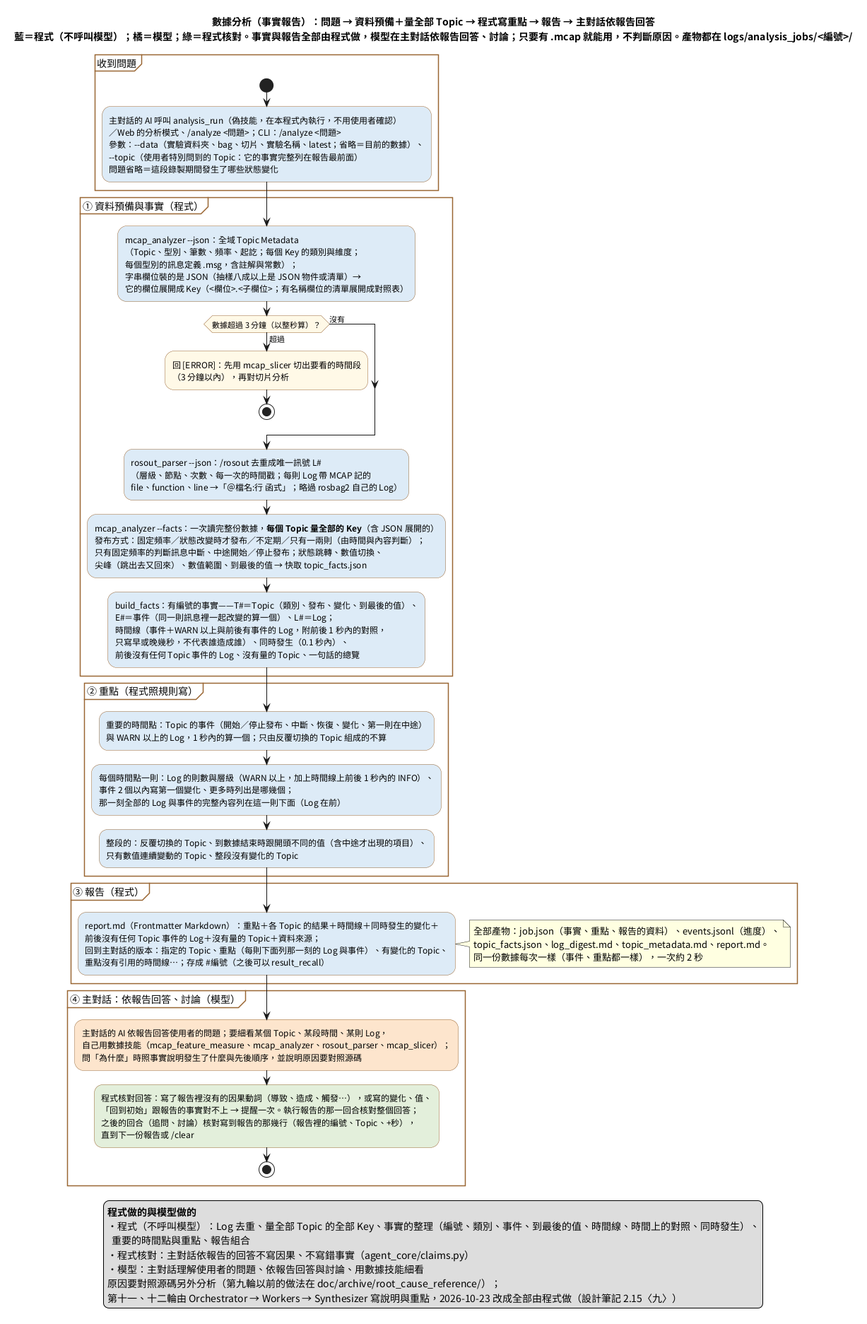
Earlier version of the PlantUML export doc/images/數據診斷的流程.png (DavidZox/Coding_agnet). The source it was exported from:
```plantuml
@startuml
skinparam shadowing false
skinparam defaultFontName "Noto Sans CJK TC"
skinparam ActivityBackgroundColor #FFF8E7
skinparam ActivityBorderColor #996633
skinparam NoteBackgroundColor #FFFFE0
skinparam PartitionBorderColor #996633

title 數據分析（事實報告）：問題 → 資料預備＋量全部 Topic → 程式寫重點 → 報告 → 主對話依報告回答\n藍＝程式（不呼叫模型）；橘＝模型；綠＝程式核對。事實與報告全部由程式做，模型在主對話依報告回答、討論；只要有 .mcap 就能用，不判斷原因。產物都在 logs/analysis_jobs/<編號>/

partition "收到問題" {
start
:主對話的 AI 呼叫 analysis_run（偽技能，在本程式內執行，不用使用者確認）
／Web 的分析模式、/analyze <問題>；CLI：/analyze <問題>
參數：~--data（實驗資料夾、bag、切片、實驗名稱、latest；省略＝目前的數據）、
~--topic（使用者特別問到的 Topic：它的事實完整列在報告最前面）
問題省略＝這段錄製期間發生了哪些狀態變化; <<#DDEBF7>>
}

partition "① 資料預備與事實（程式）" {
:mcap_analyzer ~--json：全域 Topic Metadata
（Topic、型別、筆數、頻率、起訖；每個 Key 的類別與維度；
每個型別的訊息定義 .msg，含註解與常數）；
字串欄位裝的是 JSON（抽樣八成以上是 JSON 物件或清單）→
它的欄位展開成 Key（<欄位>.<子欄位>；有名稱欄位的清單展開成對照表）; <<#DDEBF7>>
if (數據超過 3 分鐘（以整秒算）？) then (超過)
  :回 [ERROR]：先用 mcap_slicer 切出要看的時間段
  （3 分鐘以內），再對切片分析;
  stop
else (沒有)
endif
:rosout_parser ~--json：/rosout 去重成唯一訊號 L#
（層級、節點、次數、每一次的時間戳；每則 Log 帶 MCAP 記的
file、function、line →「＠檔名:行 函式」；略過 rosbag2 自己的 Log）; <<#DDEBF7>>
:mcap_analyzer ~--facts：一次讀完整份數據，**每個 Topic 量全部的 Key**（含 JSON 展開的）
發布方式：固定頻率／狀態改變時才發布／不定期／只有一兩則（由時間與內容判斷）；
只有固定頻率的判斷訊息中斷、中途開始／停止發布；狀態跳轉、數值切換、
尖峰（跳出去又回來）、數值範圍、到最後的值 → 快取 topic_facts.json; <<#DDEBF7>>
:build_facts：有編號的事實——T#＝Topic（類別、發布、變化、到最後的值）、
E#＝事件（同一則訊息裡一起改變的算一個）、L#＝Log；
時間線（事件＋WARN 以上與前後有事件的 Log，附前後 1 秒內的對照，
只寫早或晚幾秒，不代表誰造成誰）、同時發生（0.1 秒內）、
前後沒有任何 Topic 事件的 Log、沒有量的 Topic、一句話的總覽; <<#DDEBF7>>
}

partition "② 重點（程式照規則寫）" {
:重要的時間點：Topic 的事件（開始／停止發布、中斷、恢復、變化、第一則在中途）
與 WARN 以上的 Log，1 秒內的算一個；只由反覆切換的 Topic 組成的不算; <<#DDEBF7>>
:每個時間點一則：Log 的則數與層級（WARN 以上，加上時間線上前後 1 秒內的 INFO）、
事件 2 個以內寫第一個變化、更多時列出是哪幾個；
那一刻全部的 Log 與事件的完整內容列在這一則下面（Log 在前）; <<#DDEBF7>>
:整段的：反覆切換的 Topic、到數據結束時跟開頭不同的值（含中途才出現的項目）、
只有數值連續變動的 Topic、整段沒有變化的 Topic; <<#DDEBF7>>
}

partition "③ 報告（程式）" {
:report.md（Frontmatter Markdown）：重點＋各 Topic 的結果＋時間線＋同時發生的變化＋
前後沒有任何 Topic 事件的 Log＋沒有量的 Topic＋資料來源；
回到主對話的版本：指定的 Topic、重點（每則下面列那一刻的 Log 與事件）、有變化的 Topic、
重點沒有引用的時間線…；存成 #編號（之後可以 result_recall）; <<#DDEBF7>>
note right
  全部產物：job.json（事實、重點、報告的資料）、events.jsonl（進度）、
  topic_facts.json、log_digest.md、topic_metadata.md、report.md。
  同一份數據每次一樣（事件、重點都一樣），一次約 2 秒
end note
}

partition "④ 主對話：依報告回答、討論（模型）" {
:主對話的 AI 依報告回答使用者的問題；要細看某個 Topic、某段時間、某則 Log，
自己用數據技能（mcap_feature_measure、mcap_analyzer、rosout_parser、mcap_slicer）；
問「為什麼」時照事實說明發生了什麼與先後順序，並說明原因要對照源碼; <<#FCE5CD>>
:程式核對回答：寫了報告裡沒有的因果動詞（導致、造成、觸發…），或寫的變化、值、
「回到初始」跟報告的事實對不上 → 提醒一次。執行報告的那一回合核對整個回答；
之後的回合（追問、討論）核對寫到報告的那幾行（報告裡的編號、Topic、+秒），
直到下一份報告或 /clear; <<#E2EFDA>>
stop
}

legend bottom
  **程式做的與模型做的**
  ・程式（不呼叫模型）：Log 去重、量全部 Topic 的全部 Key、事實的整理（編號、類別、事件、到最後的值、時間線、時間上的對照、同時發生）、
    重要的時間點與重點、報告組合
  ・程式核對：主對話依報告的回答不寫因果、不寫錯事實（agent_core/claims.py）
  ・模型：主對話理解使用者的問題、依報告回答與討論、用數據技能細看
  原因要對照源碼另外分析（第九輪以前的做法在 doc/archive/root_cause_reference/）；
  第十一、十二輪由 Orchestrator → Workers → Synthesizer 寫說明與重點，2026-10-23 改成全部由程式做（設計筆記 2.15〈九〉）
endlegend
@enduml
```
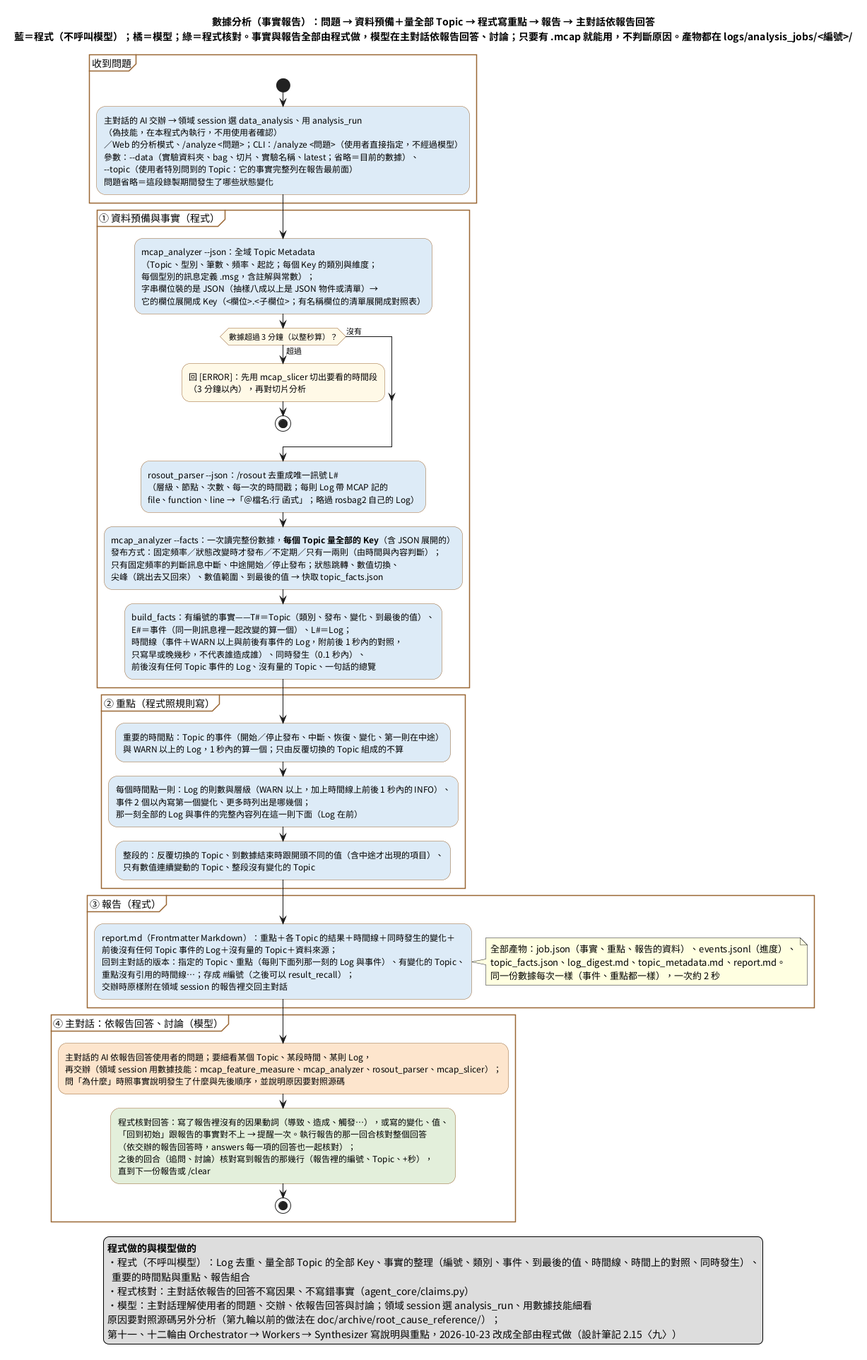
After the commit.

Change to the diagram source:
```diff
@@ -10,8 +10,9 @@
 
 partition "收到問題" {
 start
-:主對話的 AI 呼叫 analysis_run（偽技能，在本程式內執行，不用使用者確認）
-／Web 的分析模式、/analyze <問題>；CLI：/analyze <問題>
+:主對話的 AI 交辦 → 領域 session 選 data_analysis、用 analysis_run
+（偽技能，在本程式內執行，不用使用者確認）
+／Web 的分析模式、/analyze <問題>；CLI：/analyze <問題>（使用者直接指定，不經過模型）
 參數：~--data（實驗資料夾、bag、切片、實驗名稱、latest；省略＝目前的數據）、
 ~--topic（使用者特別問到的 Topic：它的事實完整列在報告最前面）
 問題省略＝這段錄製期間發生了哪些狀態變化; <<#DDEBF7>>
@@ -57,7 +58,8 @@
 :report.md（Frontmatter Markdown）：重點＋各 Topic 的結果＋時間線＋同時發生的變化＋
 前後沒有任何 Topic 事件的 Log＋沒有量的 Topic＋資料來源；
 回到主對話的版本：指定的 Topic、重點（每則下面列那一刻的 Log 與事件）、有變化的 Topic、
-重點沒有引用的時間線…；存成 #編號（之後可以 result_recall）; <<#DDEBF7>>
+重點沒有引用的時間線…；存成 #編號（之後可以 result_recall）；
+交辦時原樣附在領域 session 的報告裡交回主對話; <<#DDEBF7>>
 note right
   全部產物：job.json（事實、重點、報告的資料）、events.jsonl（進度）、
   topic_facts.json、log_digest.md、topic_metadata.md、report.md。
@@ -67,10 +69,11 @@
 
 partition "④ 主對話：依報告回答、討論（模型）" {
 :主對話的 AI 依報告回答使用者的問題；要細看某個 Topic、某段時間、某則 Log，
-自己用數據技能（mcap_feature_measure、mcap_analyzer、rosout_parser、mcap_slicer）；
+再交辦（領域 session 用數據技能：mcap_feature_measure、mcap_analyzer、rosout_parser、mcap_slicer）；
 問「為什麼」時照事實說明發生了什麼與先後順序，並說明原因要對照源碼; <<#FCE5CD>>
 :程式核對回答：寫了報告裡沒有的因果動詞（導致、造成、觸發…），或寫的變化、值、
-「回到初始」跟報告的事實對不上 → 提醒一次。執行報告的那一回合核對整個回答；
+「回到初始」跟報告的事實對不上 → 提醒一次。執行報告的那一回合核對整個回答
+（依交辦的報告回答時，answers 每一項的回答也一起核對）；
 之後的回合（追問、討論）核對寫到報告的那幾行（報告裡的編號、Topic、+秒），
 直到下一份報告或 /clear; <<#E2EFDA>>
 stop
@@ -81,7 +84,7 @@
   ・程式（不呼叫模型）：Log 去重、量全部 Topic 的全部 Key、事實的整理（編號、類別、事件、到最後的值、時間線、時間上的對照、同時發生）、
     重要的時間點與重點、報告組合
   ・程式核對：主對話依報告的回答不寫因果、不寫錯事實（agent_core/claims.py）
-  ・模型：主對話理解使用者的問題、依報告回答與討論、用數據技能細看
+  ・模型：主對話理解使用者的問題、交辦、依報告回答與討論；領域 session 選 analysis_run、用數據技能細看
   原因要對照源碼另外分析（第九輪以前的做法在 doc/archive/root_cause_reference/）；
   第十一、十二輪由 Orchestrator → Workers → Synthesizer 寫說明與重點，2026-10-23 改成全部由程式做（設計筆記 2.15〈九〉）
 endlegend
```
